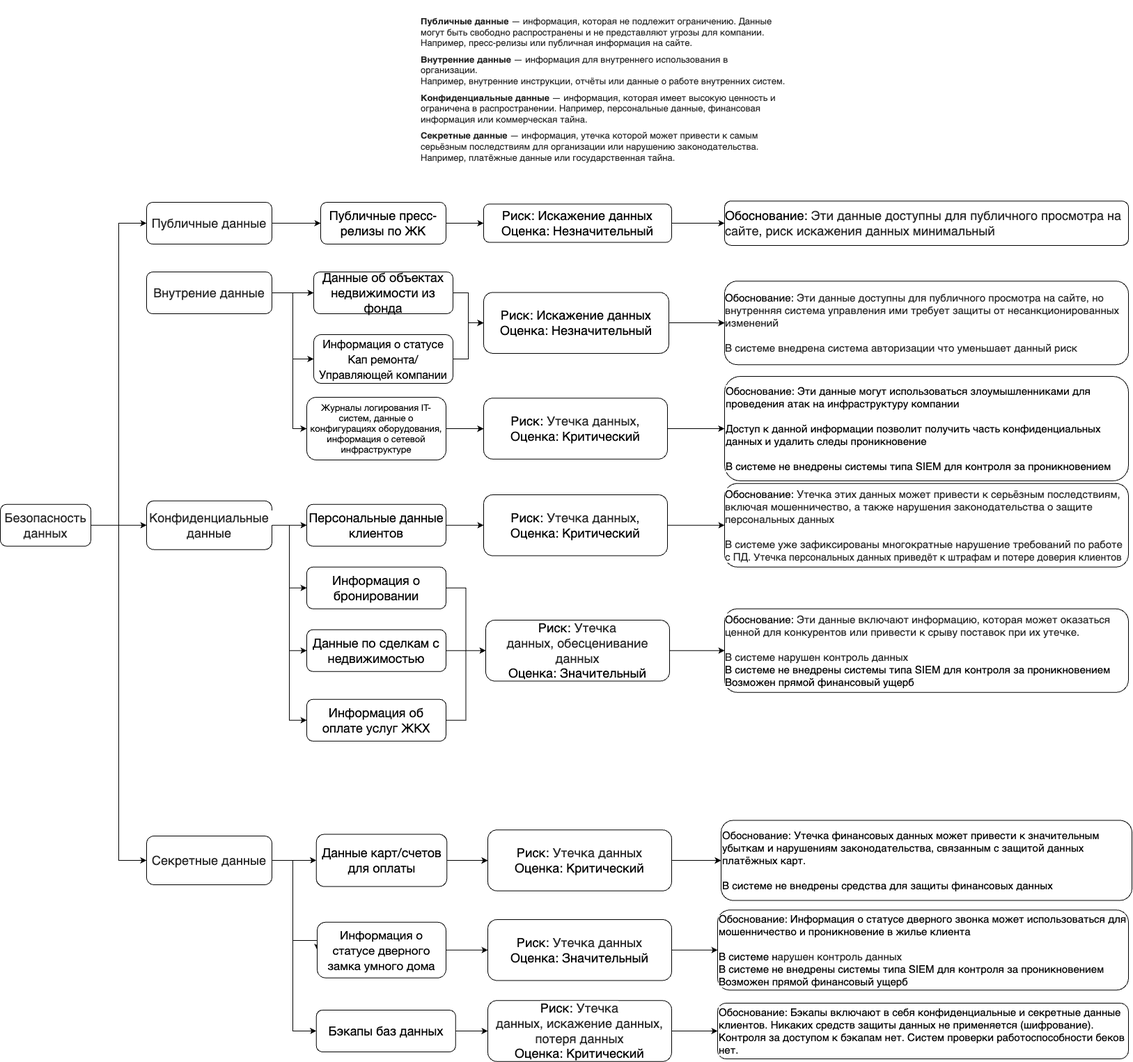
Above: Exc1/mindmap.drawio.png in AlexVolkow/architecture-sprint-7 (draw.io), before the change. Source tidied: cells renumbered, new cells last; positions are measured from the earlier drawing's top-left corner, leaving out a move shared by most shapes.
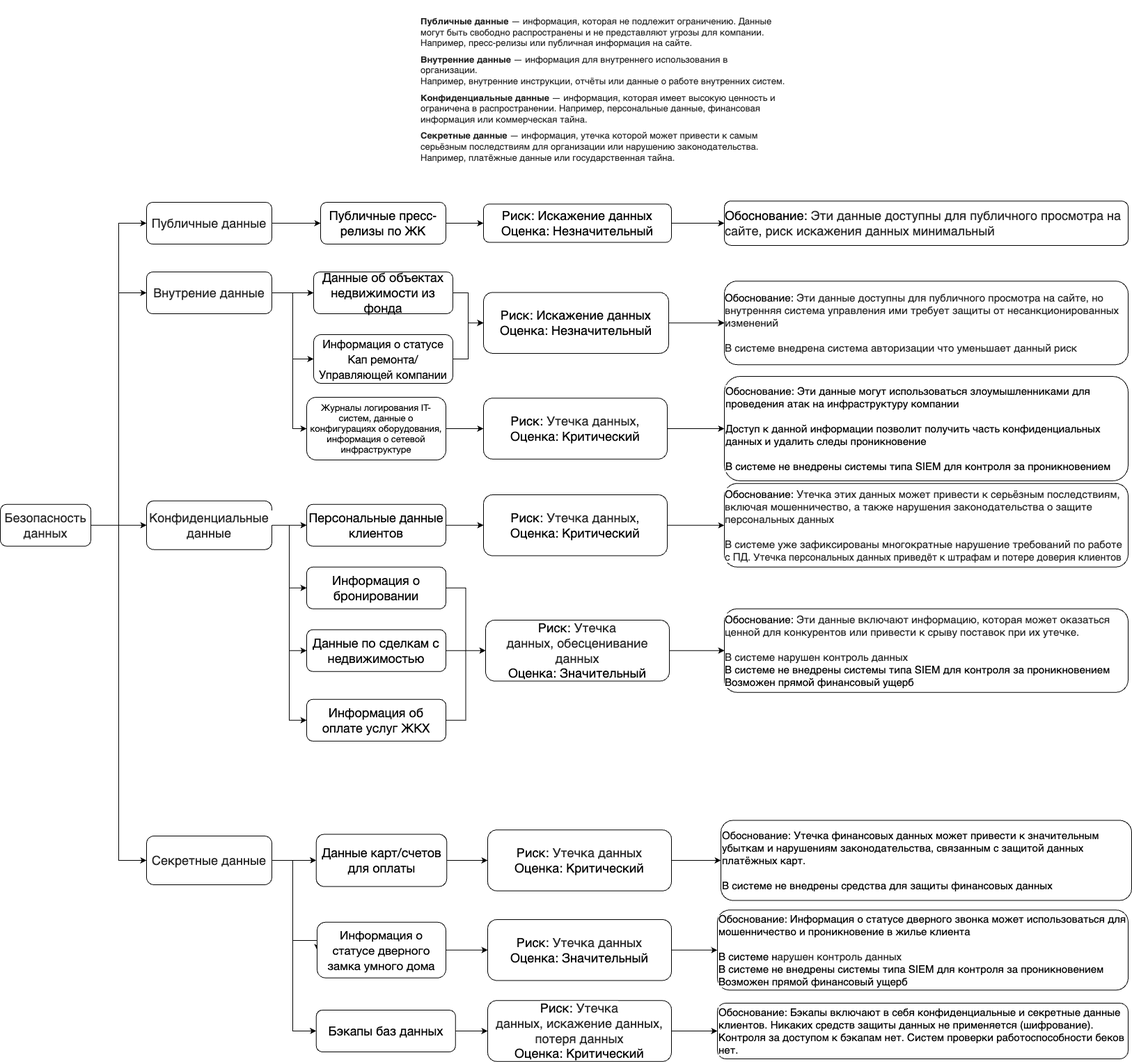
The same diagram one commit later.

Change to the diagram source:
```diff
@@ -11,6 +11,9 @@
     <mxCell id="4" style="edgeStyle=orthogonalEdgeStyle;rounded=0;jettySize=auto;html=1;entryX=0;entryY=0.5;entryDx=0;entryDy=0;" parent="1" edge="1" source="5" target="21">
       <mxGeometry relative="1" as="geometry" />
     </mxCell>
+    <mxCell id="68" style="edgeStyle=orthogonalEdgeStyle;rounded=0;jettySize=auto;html=1;entryX=0;entryY=0.5;entryDx=0;entryDy=0;" parent="1" edge="1" source="5" target="12">
+      <mxGeometry relative="1" as="geometry" />
+    </mxCell>
     <mxCell id="5" value="&lt;meta charset=&quot;utf-8&quot;&gt;&lt;span style=&quot;color: rgba(0, 0, 0, 0.85); font-family: &amp;quot;YS Text&amp;quot;, sans-serif; font-size: 18px; font-style: normal; font-variant-ligatures: normal; font-variant-caps: normal; font-weight: 400; letter-spacing: normal; orphans: 2; text-align: start; text-indent: 0px; text-transform: none; widows: 2; word-spacing: 0px; -webkit-text-stroke-width: 0px; white-space: pre-wrap; background-color: rgb(255, 255, 255); text-decoration-thickness: initial; text-decoration-style: initial; text-decoration-color: initial; display: inline !important; float: none;&quot;&gt;Безопасность данных&lt;/span&gt;" style="rounded=1;whiteSpace=wrap;html=1;" parent="1" vertex="1">
       <mxGeometry y="723.8" width="130" height="60" as="geometry" />
     </mxCell>
```
